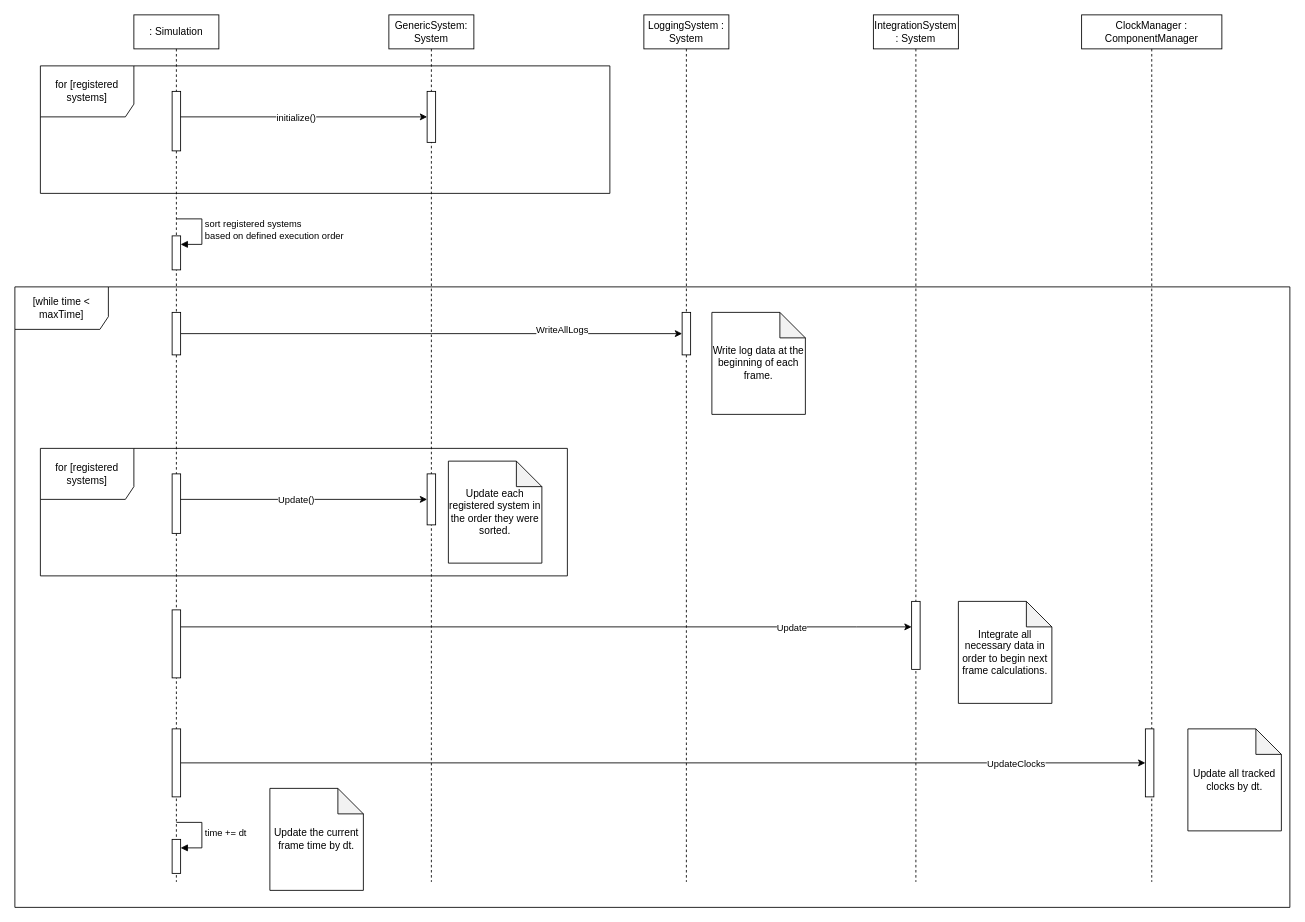
TDDennison/Data-Oriented-Missile-Sim keeps this draw.io diagram as Diagrams/001_002_UpdateSimulationSequence.drawio. Above is the earlier version. Source tidied: cells renumbered, new cells numbered last; positions are measured from the earlier drawing's top-left corner, leaving out a move shared by most shapes. Both pictures are drawn from the tidied source at 85%, with x=0, y=0 at pixel (14, 14).
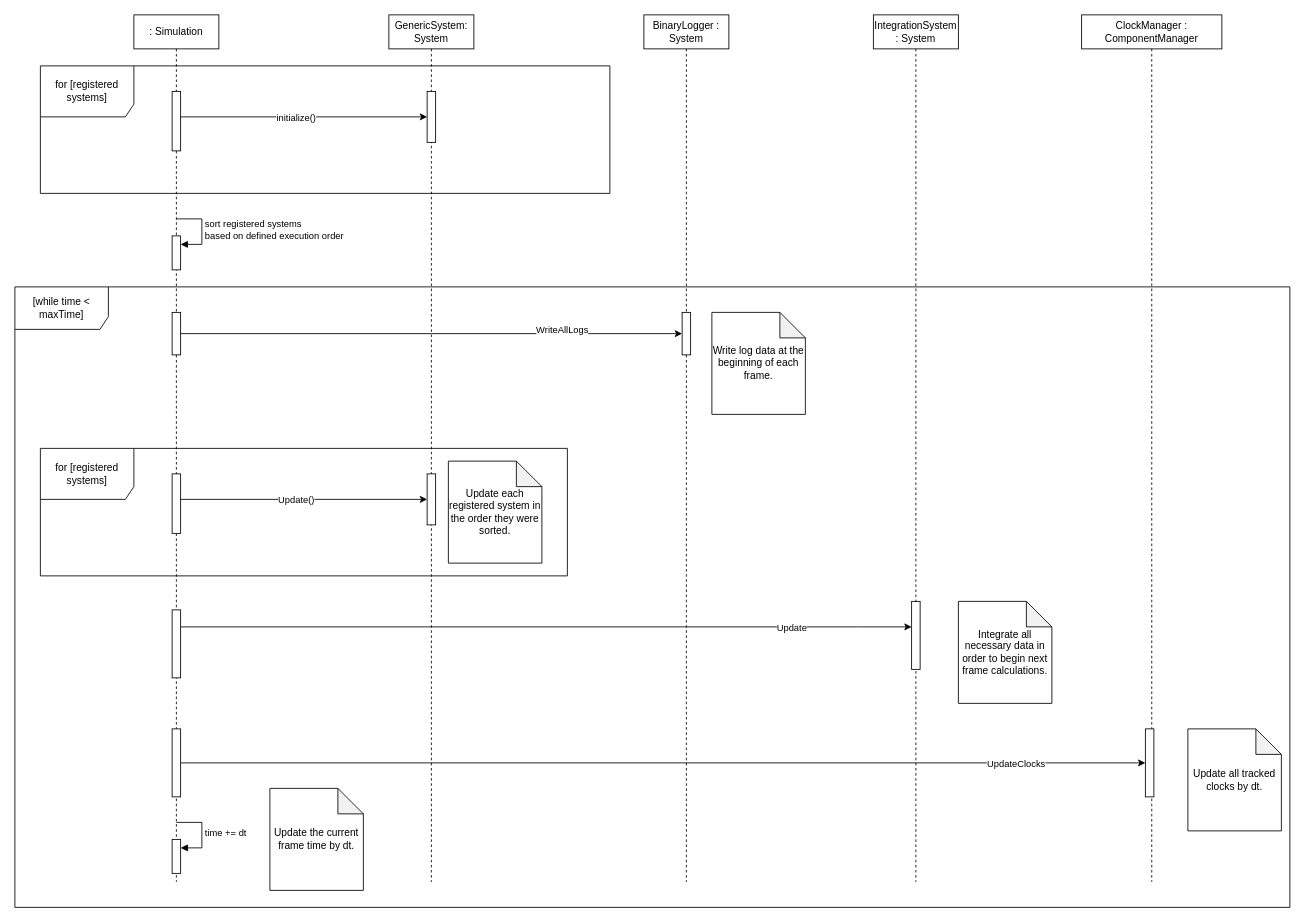
After the change.

What changed in the source:
```diff
@@
-    <mxCell id="14" value="LoggingSystem : System" style="shape=umlLifeline;perimeter=lifelinePerimeter;whiteSpace=wrap;html=1;newEdgeStyle={&quot;edgeStyle&quot;:&quot;elbowEdgeStyle&quot;,&quot;elbow&quot;:&quot;vertical&quot;,&quot;curved&quot;:0,&quot;rounded&quot;:0};" parent="1" vertex="1">
+    <mxCell id="14" value="BinaryLogger : System" style="shape=umlLifeline;perimeter=lifelinePerimeter;whiteSpace=wrap;html=1;newEdgeStyle={&quot;edgeStyle&quot;:&quot;elbowEdgeStyle&quot;,&quot;elbow&quot;:&quot;vertical&quot;,&quot;curved&quot;:0,&quot;rounded&quot;:0};" parent="1" vertex="1">
       <mxGeometry x="740" width="100" height="1020" as="geometry" />
     </mxCell>
```
